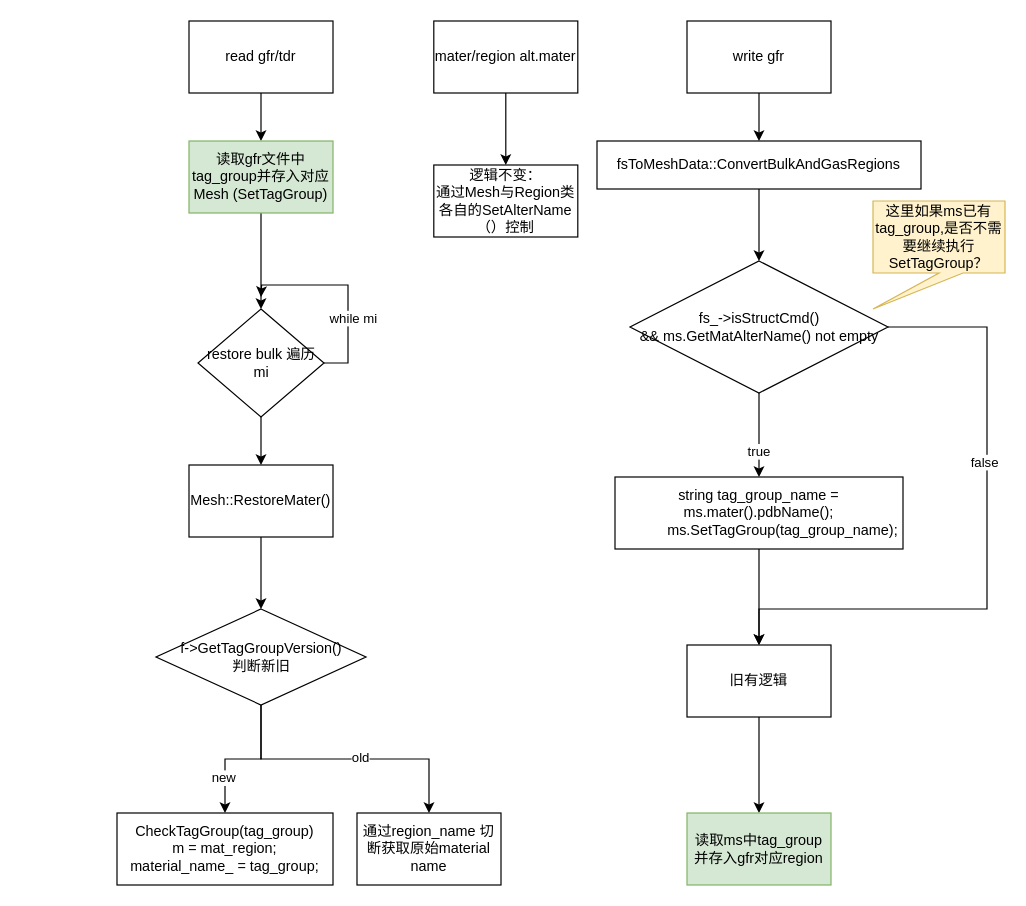
This is tag_group.drawio from FicmillaR/drawio, a draw.io file, before an edit. Source tidied: cells renumbered, new cells numbered last; positions are measured from the earlier drawing's top-left corner, leaving out a move shared by most shapes. Both pictures are drawn from the tidied source at 120%, with x=0, y=0 at pixel (116, 20).
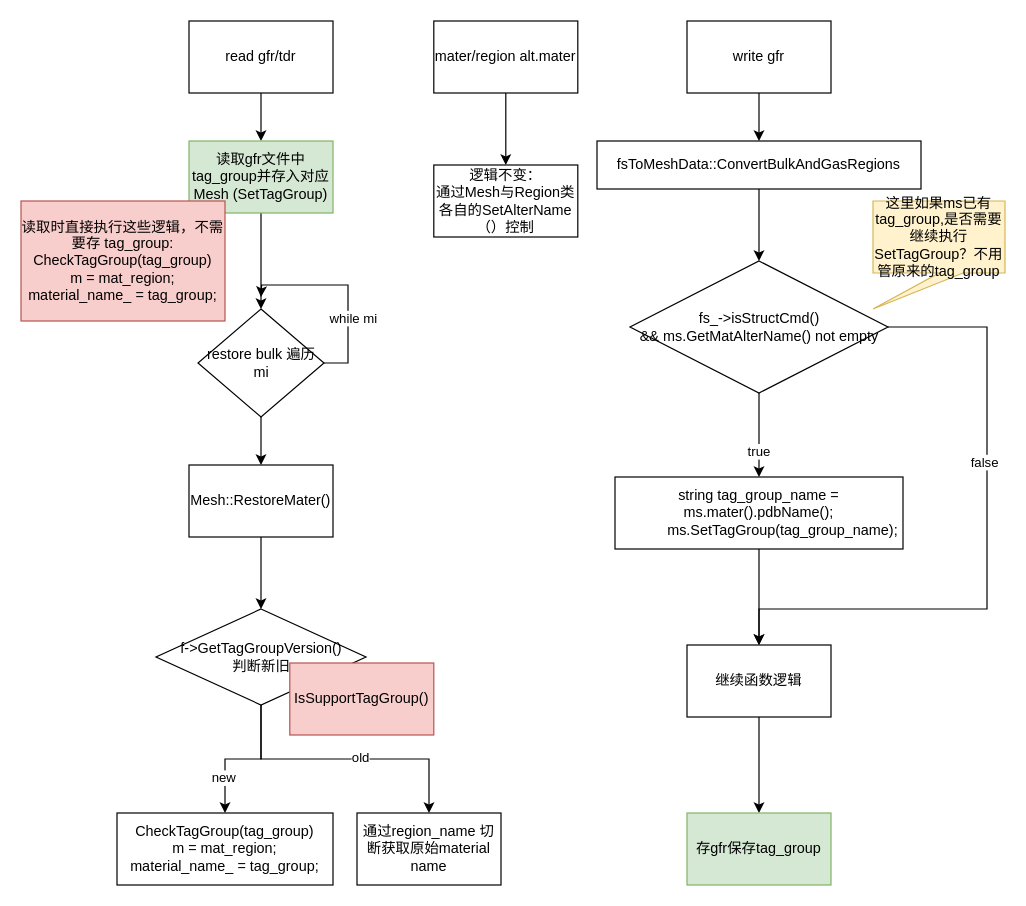
The same page after the edit.

What changed in the source:
```diff
@@
-    <mxCell id="32" value="旧有逻辑" style="whiteSpace=wrap;html=1;rounded=0;" parent="1" vertex="1">
+    <mxCell id="32" value="继续函数逻辑" style="whiteSpace=wrap;html=1;rounded=0;" parent="1" vertex="1">
       <mxGeometry x="475" y="520" width="120" height="60" as="geometry" />
     </mxCell>
@@
-    <mxCell id="35" value="读取ms中tag_group并存入gfr对应region" style="whiteSpace=wrap;html=1;rounded=0;fillColor=#d5e8d4;strokeColor=#82b366;" parent="1" vertex="1">
+    <mxCell id="35" value="存gfr保存tag_group" style="whiteSpace=wrap;html=1;rounded=0;fillColor=#d5e8d4;strokeColor=#82b366;" parent="1" vertex="1">
       <mxGeometry x="475" y="660" width="120" height="60" as="geometry" />
     </mxCell>
-    <mxCell id="36" value="这里如果ms已有tag_group,是否不需要继续执行SetTagGroup？" style="shape=callout;whiteSpace=wrap;html=1;perimeter=calloutPerimeter;fillColor=#fff2cc;strokeColor=#d6b656;position2=0;rotation=0;" parent="1" vertex="1">
+    <mxCell id="36" value="这里如果ms已有tag_group,是否需要继续执行SetTagGroup？不用管原来的tag_group" style="shape=callout;whiteSpace=wrap;html=1;perimeter=calloutPerimeter;fillColor=#fff2cc;strokeColor=#d6b656;position2=0;rotation=0;" parent="1" vertex="1">
       <mxGeometry x="630" y="150" width="110" height="90" as="geometry" />
     </mxCell>
+    <mxCell id="37" value="&lt;span style=&quot;text-align: left;&quot;&gt;IsSupportTagGroup()&lt;/span&gt;" style="rounded=0;whiteSpace=wrap;html=1;fillColor=#f8cecc;strokeColor=#b85450;" parent="1" vertex="1">
+      <mxGeometry x="144" y="535" width="120" height="60" as="geometry" />
+    </mxCell>
+    <mxCell id="38" value="&lt;div&gt;读取时直接执行这些逻辑，不需要存 tag_group:&lt;/div&gt;CheckTagGroup(tag_group)&lt;div&gt;&lt;span style=&quot;background-color: transparent; color: light-dark(rgb(0, 0, 0), rgb(255, 255, 255));&quot;&gt;m = mat_region;&lt;/span&gt;&lt;div&gt;material_name_ = tag_group;&lt;/div&gt;&lt;/div&gt;" style="rounded=0;whiteSpace=wrap;html=1;fillColor=#f8cecc;strokeColor=#b85450;" parent="1" vertex="1">
+      <mxGeometry x="-80" y="150" width="170" height="100" as="geometry" />
+    </mxCell>
```
